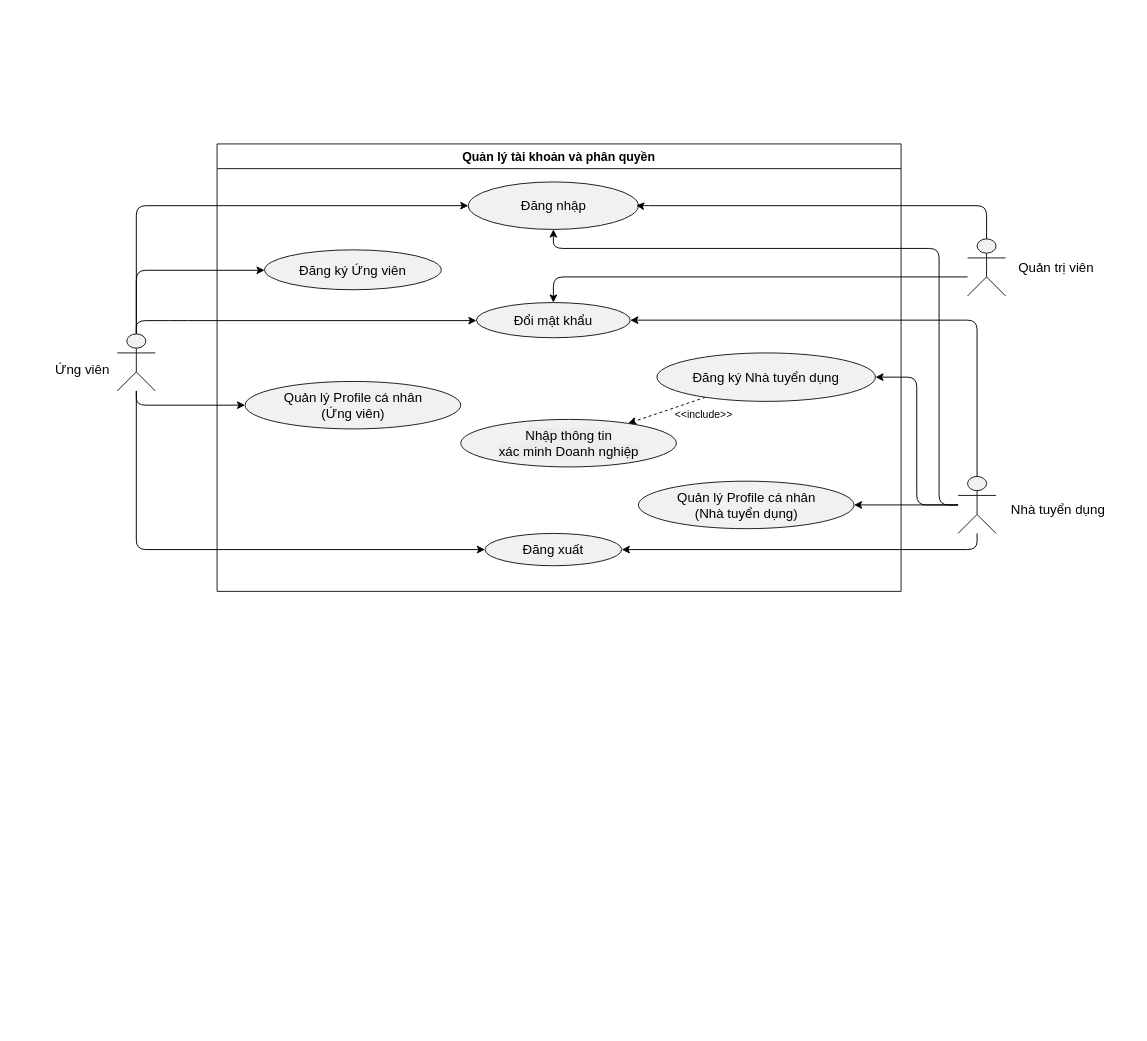
The draw.io diagram diagrams/usecase_account.drawio in SE-Project-CTU/smart-recruitment-docs, before the edit. Source tidied: cells renumbered, new cells numbered last; positions are measured from the earlier drawing's top-left corner, leaving out a move shared by most shapes. Both pictures are drawn from the tidied source at 95%, with x=0, y=0 at pixel (46, 143).
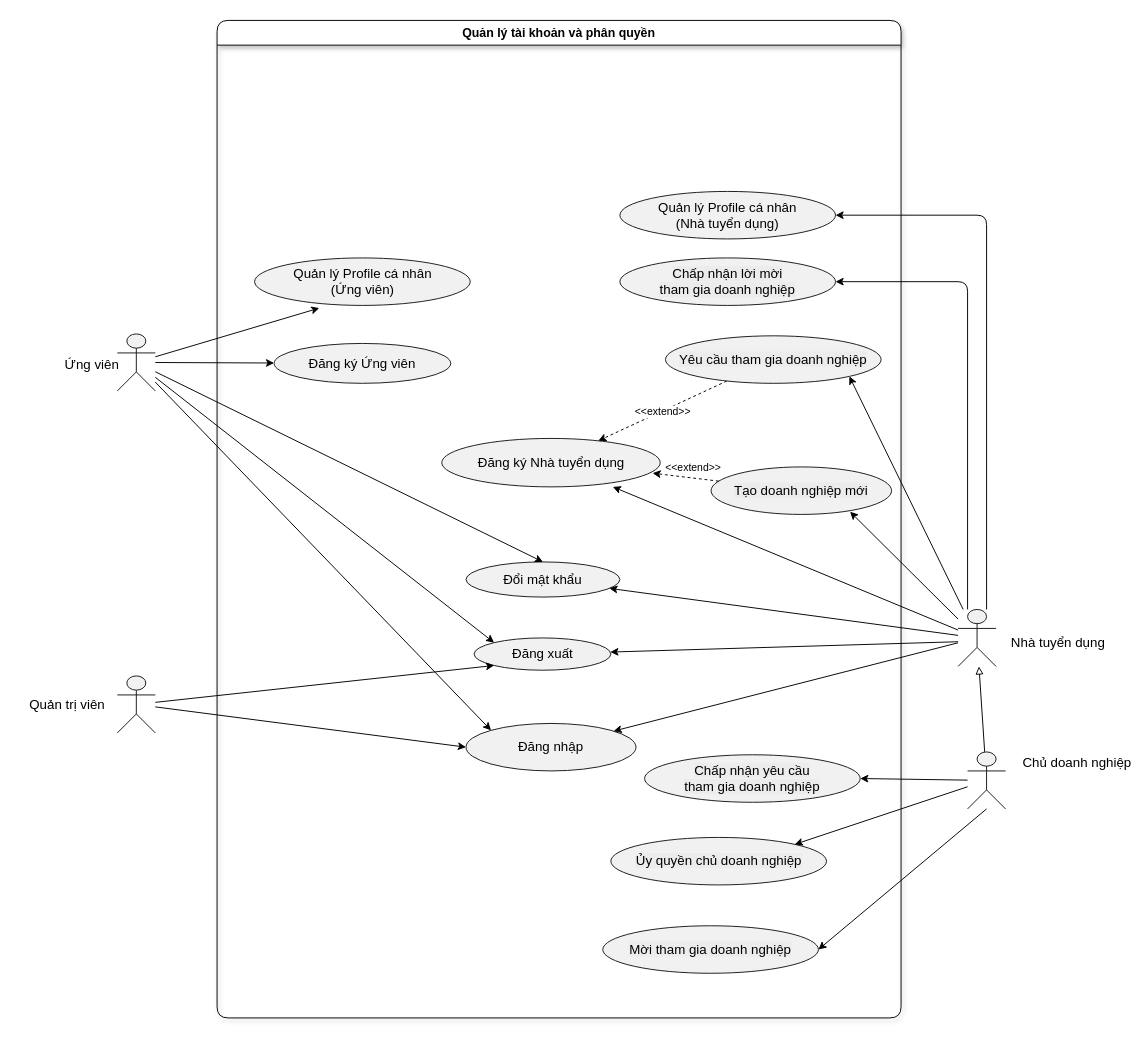
The same page after the edit.

Commit message (it also covers changes not shown here):
docs: Update system features and requirements in the specification document. Update usecase diagram for account management

The change refers to these unchanged cells:
```xml
<mxCell id="23" style="shape=umlActor;html=1;fillColor=#F1F1F1;strokeColor=#181818;fontColor=#000000;fontSize=14;shadow=0;" parent="1" vertex="1">
  <mxGeometry x="75" y="200" width="40" height="60" as="geometry" />
</mxCell>
```

Diff of the diagram source:
```diff
@@
-    <mxCell id="2" style="edgeStyle=orthogonalEdgeStyle;html=1;entryX=0.5;entryY=1;entryDx=0;entryDy=0;" parent="1" edge="1" source="29" target="8">
-      <mxGeometry relative="1" as="geometry">
-        <Array as="points">
-          <mxPoint x="940" y="380" />
-          <mxPoint x="940" y="110" />
-          <mxPoint x="534" y="110" />
-        </Array>
-      </mxGeometry>
-    </mxCell>
-    <mxCell id="3" value="Quản lý tài khoản và phân quyền" style="swimlane;startSize=26;fillColor=none;strokeColor=#181818;fontColor=#000000;fontSize=13;fontStyle=1;whiteSpace=wrap;shadow=0;" parent="1" vertex="1">
-      <mxGeometry x="180" width="720" height="471" as="geometry" />
+    <mxCell id="3" value="Quản lý tài khoản và phân quyền" style="swimlane;startSize=26;fontSize=13;fontStyle=1;whiteSpace=wrap;shadow=1;rounded=1;glass=0;swimlaneLine=1;fillColor=default;gradientColor=none;fillStyle=solid;" parent="1" vertex="1">
+      <mxGeometry x="180" y="-130" width="720" height="1050" as="geometry" />
     </mxCell>
     <mxCell id="4" value="Đăng ký Ứng viên" style="ellipse;html=1;fillColor=#F1F1F1;strokeColor=#181818;whiteSpace=wrap;fontColor=#000000;fontSize=14;shadow=0;" parent="3" vertex="1">
-      <mxGeometry x="50" y="111.5" width="186" height="42" as="geometry" />
+      <mxGeometry x="60" y="340" width="186" height="42" as="geometry" />
     </mxCell>
-    <mxCell id="5" style="html=1;dashed=1;" parent="3" edge="1" source="7" target="13">
-      <mxGeometry relative="1" as="geometry" />
-    </mxCell>
-    <mxCell id="6" value="&amp;lt;&amp;lt;include&amp;gt;&amp;gt;" style="edgeLabel;html=1;align=center;verticalAlign=middle;" parent="5" vertex="1">
-      <mxGeometry x="-0.12" y="-1" relative="1" as="geometry">
-        <mxPoint x="34" y="7" as="offset" />
-      </mxGeometry>
-    </mxCell>
     <mxCell id="7" value="Đăng ký Nhà tuyển dụng" style="ellipse;html=1;fillColor=#F1F1F1;strokeColor=#181818;whiteSpace=wrap;fontColor=#000000;fontSize=14;shadow=0;" parent="3" vertex="1">
-      <mxGeometry x="463" y="220" width="230" height="51" as="geometry" />
+      <mxGeometry x="236.5" y="440" width="230" height="51" as="geometry" />
     </mxCell>
     <mxCell id="8" value="Đăng nhập" style="ellipse;html=1;fillColor=#F1F1F1;strokeColor=#181818;whiteSpace=wrap;fontColor=#000000;fontSize=14;shadow=0;" parent="3" vertex="1">
-      <mxGeometry x="264.5" y="40" width="179" height="50" as="geometry" />
+      <mxGeometry x="262" y="740" width="179" height="50" as="geometry" />
     </mxCell>
     <mxCell id="9" value="Đăng xuất" style="ellipse;html=1;fillColor=#F1F1F1;strokeColor=#181818;whiteSpace=wrap;fontColor=#000000;fontSize=14;shadow=0;" parent="3" vertex="1">
-      <mxGeometry x="282" y="410" width="144" height="34" as="geometry" />
+      <mxGeometry x="270.5" y="650" width="144" height="34" as="geometry" />
     </mxCell>
     <mxCell id="10" value="Quản lý Profile cá nhân&lt;br&gt;(Ứng viên)" style="ellipse;html=1;fillColor=#F1F1F1;strokeColor=#181818;whiteSpace=wrap;fontColor=#000000;fontSize=14;shadow=0;" parent="3" vertex="1">
-      <mxGeometry x="29.5" y="250" width="227" height="50" as="geometry" />
+      <mxGeometry x="39.5" y="250" width="227" height="50" as="geometry" />
     </mxCell>
     <mxCell id="11" value="Đổi mật khẩu" style="ellipse;html=1;fillColor=#F1F1F1;strokeColor=#181818;whiteSpace=wrap;fontColor=#000000;fontSize=14;shadow=0;" parent="3" vertex="1">
-      <mxGeometry x="273" y="167" width="162" height="37" as="geometry" />
+      <mxGeometry x="262" y="570" width="162" height="37" as="geometry" />
     </mxCell>
     <mxCell id="12" value="Quản lý Profile cá nhân&lt;br&gt;(Nhà tuyển dụng)" style="ellipse;html=1;fillColor=#F1F1F1;strokeColor=#181818;whiteSpace=wrap;fontColor=#000000;fontSize=14;shadow=0;" parent="3" vertex="1">
-      <mxGeometry x="443.5" y="355" width="227" height="50" as="geometry" />
+      <mxGeometry x="424" y="180" width="227" height="50" as="geometry" />
     </mxCell>
-    <mxCell id="13" value="&lt;span style=&quot;color: rgb(0, 0, 0); background-color: rgb(236, 236, 236);&quot;&gt;Nhập thông tin&lt;/span&gt;&lt;br style=&quot;color: rgb(0, 0, 0); background-color: rgb(236, 236, 236);&quot;&gt;&lt;span style=&quot;color: rgb(0, 0, 0); background-color: rgb(236, 236, 236);&quot;&gt;xác minh Doanh nghiệp&lt;/span&gt;" style="ellipse;html=1;fillColor=#F1F1F1;strokeColor=#181818;whiteSpace=wrap;fontColor=#000000;fontSize=14;shadow=0;" parent="3" vertex="1">
-      <mxGeometry x="256.5" y="290" width="227" height="50" as="geometry" />
+    <mxCell id="13" value="&lt;span style=&quot;background-color: rgb(236, 236, 236);&quot;&gt;Tạo doanh nghiệp mới&lt;/span&gt;" style="ellipse;html=1;fillColor=#F1F1F1;strokeColor=#181818;whiteSpace=wrap;fontColor=#000000;fontSize=14;shadow=0;" parent="3" vertex="1">
+      <mxGeometry x="520" y="470" width="190" height="50" as="geometry" />
     </mxCell>
+    <mxCell id="31" style="edgeStyle=none;html=1;dashed=1;" parent="3" edge="1" source="33" target="7">
+      <mxGeometry relative="1" as="geometry" />
+    </mxCell>
+    <mxCell id="32" value="&lt;span style=&quot;color: rgb(0, 0, 0);&quot;&gt;&amp;lt;&amp;lt;extend&amp;gt;&amp;gt;&lt;/span&gt;" style="edgeLabel;html=1;align=center;verticalAlign=middle;" parent="31" vertex="1">
+      <mxGeometry relative="1" as="geometry" />
+    </mxCell>
+    <mxCell id="33" value="&lt;span style=&quot;background-color: rgb(236, 236, 236);&quot;&gt;Yêu cầu tham gia doanh nghiệp&lt;/span&gt;" style="ellipse;html=1;fillColor=#F1F1F1;strokeColor=#181818;whiteSpace=wrap;fontColor=#000000;fontSize=14;shadow=0;" parent="3" vertex="1">
+      <mxGeometry x="472" y="332" width="227" height="50" as="geometry" />
+    </mxCell>
+    <mxCell id="34" value="&lt;span style=&quot;background-color: rgb(236, 236, 236);&quot;&gt;Mời tham gia doanh nghiệp&lt;/span&gt;" style="ellipse;html=1;fillColor=#F1F1F1;strokeColor=#181818;whiteSpace=wrap;fontColor=#000000;fontSize=14;shadow=0;" parent="3" vertex="1">
+      <mxGeometry x="406" y="953" width="227" height="50" as="geometry" />
+    </mxCell>
+    <mxCell id="35" style="edgeStyle=none;html=1;entryX=0.965;entryY=0.717;entryDx=0;entryDy=0;entryPerimeter=0;dashed=1;" parent="3" edge="1" source="13" target="7">
+      <mxGeometry relative="1" as="geometry" />
+    </mxCell>
+    <mxCell id="36" value="&lt;span style=&quot;color: rgb(0, 0, 0);&quot;&gt;&amp;lt;&amp;lt;extend&amp;gt;&amp;gt;&lt;/span&gt;" style="edgeLabel;html=1;align=center;verticalAlign=middle;" parent="35" vertex="1">
+      <mxGeometry x="-0.19" relative="1" as="geometry">
+        <mxPoint y="-11" as="offset" />
+      </mxGeometry>
+    </mxCell>
+    <mxCell id="37" value="&lt;span style=&quot;background-color: rgb(236, 236, 236);&quot;&gt;Chấp nhận lời mời&lt;br&gt;tham gia doanh nghiệp&lt;/span&gt;" style="ellipse;html=1;fillColor=#F1F1F1;strokeColor=#181818;whiteSpace=wrap;fontColor=#000000;fontSize=14;shadow=0;" parent="3" vertex="1">
+      <mxGeometry x="424" y="250" width="227" height="50" as="geometry" />
+    </mxCell>
+    <mxCell id="38" value="&lt;span style=&quot;background-color: rgb(236, 236, 236);&quot;&gt;Ủy quyền chủ doanh nghiệp&lt;/span&gt;" style="ellipse;html=1;fillColor=#F1F1F1;strokeColor=#181818;whiteSpace=wrap;fontColor=#000000;fontSize=14;shadow=0;" parent="3" vertex="1">
+      <mxGeometry x="414.5" y="860" width="227" height="50" as="geometry" />
+    </mxCell>
+    <mxCell id="39" value="&lt;span style=&quot;background-color: rgb(236, 236, 236);&quot;&gt;Chấp nhận yêu cầu&lt;br&gt;tham gia doanh nghiệp&lt;/span&gt;" style="ellipse;html=1;fillColor=#F1F1F1;strokeColor=#181818;whiteSpace=wrap;fontColor=#000000;fontSize=14;shadow=0;" parent="3" vertex="1">
+      <mxGeometry x="450" y="773" width="227" height="50" as="geometry" />
+    </mxCell>
-    <mxCell id="14" style="edgeStyle=orthogonalEdgeStyle;html=1;entryX=0.987;entryY=0.494;entryDx=0;entryDy=0;entryPerimeter=0;" parent="1" edge="1" source="16" target="8">
-      <mxGeometry relative="1" as="geometry">
-        <Array as="points">
-          <mxPoint x="990" y="65" />
-          <mxPoint x="624" y="65" />
-        </Array>
-      </mxGeometry>
+    <mxCell id="14" style="edgeStyle=none;html=1;entryX=0;entryY=0.5;entryDx=0;entryDy=0;" parent="1" edge="1" source="16" target="8">
+      <mxGeometry relative="1" as="geometry" />
     </mxCell>
-    <mxCell id="15" style="edgeStyle=orthogonalEdgeStyle;html=1;entryX=0.5;entryY=0;entryDx=0;entryDy=0;" parent="1" edge="1" source="16" target="11">
-      <mxGeometry relative="1" as="geometry">
-        <Array as="points">
-          <mxPoint x="534" y="140" />
-        </Array>
-      </mxGeometry>
-    </mxCell>
+    <mxCell id="40" style="edgeStyle=none;html=1;entryX=0;entryY=1;entryDx=0;entryDy=0;" parent="1" edge="1" source="16" target="9">
+      <mxGeometry relative="1" as="geometry" />
+    </mxCell>
     <mxCell id="16" style="shape=umlActor;html=1;fillColor=#F1F1F1;strokeColor=#181818;fontColor=#000000;fontSize=14;shadow=0;" parent="1" vertex="1">
-      <mxGeometry x="970" y="100" width="40" height="60" as="geometry" />
+      <mxGeometry x="75" y="560" width="40" height="60" as="geometry" />
     </mxCell>
     <mxCell id="17" value="Quản trị viên" style="text;html=1;align=center;verticalAlign=top;fontColor=#000000;fontSize=14;" parent="1" vertex="1">
-      <mxGeometry x="1010" y="115" width="106.5" height="30" as="geometry" />
+      <mxGeometry x="-31.5" y="575" width="106.5" height="30" as="geometry" />
     </mxCell>
+    <mxCell id="22" style="edgeStyle=none;html=1;entryX=0;entryY=0;entryDx=0;entryDy=0;" parent="1" edge="1" source="23" target="8">
+      <mxGeometry relative="1" as="geometry" />
+    </mxCell>
+    <mxCell id="21" style="edgeStyle=none;html=1;entryX=0;entryY=0;entryDx=0;entryDy=0;" parent="1" edge="1" source="23" target="9">
+      <mxGeometry relative="1" as="geometry" />
+    </mxCell>
+    <mxCell id="20" style="edgeStyle=none;html=1;entryX=0.5;entryY=0;entryDx=0;entryDy=0;" parent="1" edge="1" source="23" target="11">
+      <mxGeometry relative="1" as="geometry" />
+    </mxCell>
-    <mxCell id="18" style="edgeStyle=orthogonalEdgeStyle;html=1;" parent="1" edge="1" source="23" target="4">
-      <mxGeometry relative="1" as="geometry">
-        <Array as="points">
-          <mxPoint x="95" y="133" />
-        </Array>
-      </mxGeometry>
+    <mxCell id="18" style="edgeStyle=none;html=1;" parent="1" edge="1" source="23" target="4">
+      <mxGeometry relative="1" as="geometry" />
     </mxCell>
-    <mxCell id="19" style="edgeStyle=orthogonalEdgeStyle;html=1;" parent="1" edge="1" source="23" target="10">
-      <mxGeometry relative="1" as="geometry">
-        <Array as="points">
-          <mxPoint x="95" y="275" />
-        </Array>
-      </mxGeometry>
-    </mxCell>
-    <mxCell id="20" style="edgeStyle=orthogonalEdgeStyle;html=1;" parent="1" edge="1" source="23" target="11">
-      <mxGeometry relative="1" as="geometry">
-        <Array as="points">
-          <mxPoint x="140" y="186" />
-          <mxPoint x="140" y="186" />
-        </Array>
-      </mxGeometry>
-    </mxCell>
-    <mxCell id="21" style="edgeStyle=orthogonalEdgeStyle;html=1;entryX=0;entryY=0.5;entryDx=0;entryDy=0;" parent="1" edge="1" source="23" target="9">
-      <mxGeometry relative="1" as="geometry">
-        <Array as="points">
-          <mxPoint x="95" y="427" />
-        </Array>
-      </mxGeometry>
-    </mxCell>
-    <mxCell id="22" style="edgeStyle=orthogonalEdgeStyle;html=1;entryX=0;entryY=0.5;entryDx=0;entryDy=0;" parent="1" edge="1" source="23" target="8">
-      <mxGeometry relative="1" as="geometry">
-        <Array as="points">
-          <mxPoint x="95" y="65" />
-        </Array>
-      </mxGeometry>
-    </mxCell>
@@
     <mxCell id="24" value="Ứng viên" style="text;html=1;align=center;verticalAlign=top;fontColor=#000000;fontSize=14;" parent="1" vertex="1">
-      <mxGeometry y="222.9" width="75" height="25.2" as="geometry" />
+      <mxGeometry x="10" y="217.4" width="75" height="25.2" as="geometry" />
     </mxCell>
+    <mxCell id="2" style="edgeStyle=none;html=1;" parent="1" edge="1" source="29" target="8">
+      <mxGeometry relative="1" as="geometry" />
+    </mxCell>
+    <mxCell id="28" style="edgeStyle=none;html=1;" parent="1" edge="1" source="29" target="11">
+      <mxGeometry relative="1" as="geometry" />
+    </mxCell>
+    <mxCell id="41" style="edgeStyle=none;html=1;entryX=1;entryY=1;entryDx=0;entryDy=0;" parent="1" edge="1" source="29" target="33">
+      <mxGeometry relative="1" as="geometry" />
+    </mxCell>
+    <mxCell id="42" style="html=1;entryX=1;entryY=0.5;entryDx=0;entryDy=0;" parent="1" edge="1" target="34">
+      <mxGeometry relative="1" as="geometry">
+        <mxPoint x="990" y="700" as="sourcePoint" />
+      </mxGeometry>
+    </mxCell>
+    <mxCell id="26" style="edgeStyle=orthogonalEdgeStyle;html=1;entryX=1;entryY=0.5;entryDx=0;entryDy=0;" parent="1" edge="1" source="29" target="12">
+      <mxGeometry relative="1" as="geometry">
+        <Array as="points">
+          <mxPoint x="990" y="75" />
+        </Array>
+      </mxGeometry>
+    </mxCell>
+    <mxCell id="43" style="edgeStyle=orthogonalEdgeStyle;html=1;entryX=1;entryY=0.5;entryDx=0;entryDy=0;" parent="1" edge="1" source="29" target="37">
+      <mxGeometry relative="1" as="geometry">
+        <Array as="points">
+          <mxPoint x="970" y="145" />
+        </Array>
+      </mxGeometry>
+    </mxCell>
+    <mxCell id="29" style="shape=umlActor;html=1;fillColor=#F1F1F1;strokeColor=#181818;fontColor=#000000;fontSize=14;shadow=0;" parent="1" vertex="1">
+      <mxGeometry x="960" y="490" width="40" height="60" as="geometry" />
+    </mxCell>
+    <mxCell id="44" style="edgeStyle=none;html=1;" parent="1" edge="1" target="9">
+      <mxGeometry relative="1" as="geometry">
+        <mxPoint x="960" y="524" as="sourcePoint" />
+      </mxGeometry>
+    </mxCell>
+    <mxCell id="30" value="Nhà tuyển dụng" style="text;html=1;align=center;verticalAlign=top;fontColor=#000000;fontSize=14;" parent="1" vertex="1">
+      <mxGeometry x="1010" y="510" width="109" height="27.5" as="geometry" />
+    </mxCell>
-    <mxCell id="25" style="edgeStyle=orthogonalEdgeStyle;html=1;entryX=1;entryY=0.5;entryDx=0;entryDy=0;" parent="1" edge="1" source="29" target="7">
+    <mxCell id="25" style="edgeStyle=none;html=1;entryX=0.783;entryY=1;entryDx=0;entryDy=0;entryPerimeter=0;" parent="1" edge="1" source="29" target="7">
       <mxGeometry relative="1" as="geometry" />
     </mxCell>
-    <mxCell id="26" style="edgeStyle=orthogonalEdgeStyle;html=1;entryX=1;entryY=0.5;entryDx=0;entryDy=0;" parent="1" edge="1" source="29" target="12">
-      <mxGeometry relative="1" as="geometry" />
-    </mxCell>
-    <mxCell id="27" style="edgeStyle=orthogonalEdgeStyle;html=1;entryX=1;entryY=0.5;entryDx=0;entryDy=0;" parent="1" edge="1" source="29" target="9">
-      <mxGeometry relative="1" as="geometry">
-        <Array as="points">
-          <mxPoint x="980" y="427" />
-        </Array>
-      </mxGeometry>
-    </mxCell>
-    <mxCell id="28" style="edgeStyle=orthogonalEdgeStyle;html=1;entryX=1;entryY=0.5;entryDx=0;entryDy=0;" parent="1" edge="1" source="29" target="11">
-      <mxGeometry relative="1" as="geometry">
-        <Array as="points">
-          <mxPoint x="980" y="186" />
-        </Array>
-      </mxGeometry>
-    </mxCell>
-    <mxCell id="29" style="shape=umlActor;html=1;fillColor=#F1F1F1;strokeColor=#181818;fontColor=#000000;fontSize=14;shadow=0;" parent="1" vertex="1">
-      <mxGeometry x="960" y="350" width="40" height="60" as="geometry" />
-    </mxCell>
-    <mxCell id="30" value="Nhà tuyển dụng" style="text;html=1;align=center;verticalAlign=top;fontColor=#000000;fontSize=14;" parent="1" vertex="1">
-      <mxGeometry x="1010" y="370" width="109" height="27.5" as="geometry" />
-    </mxCell>
+    <mxCell id="45" style="edgeStyle=none;html=1;entryX=0.77;entryY=0.943;entryDx=0;entryDy=0;entryPerimeter=0;" parent="1" edge="1" source="29" target="13">
+      <mxGeometry relative="1" as="geometry" />
+    </mxCell>
+    <mxCell id="19" style="edgeStyle=none;html=1;entryX=0.3;entryY=1.056;entryDx=0;entryDy=0;entryPerimeter=0;" parent="1" edge="1" source="23" target="10">
+      <mxGeometry relative="1" as="geometry" />
+    </mxCell>
+    <mxCell id="46" style="edgeStyle=none;html=1;endArrow=block;endFill=0;strokeColor=default;rounded=1;curved=0;jumpStyle=none;" parent="1" edge="1" source="49" target="29">
+      <mxGeometry relative="1" as="geometry" />
+    </mxCell>
+    <mxCell id="47" style="edgeStyle=none;html=1;entryX=1;entryY=0;entryDx=0;entryDy=0;" parent="1" edge="1" source="49" target="38">
+      <mxGeometry relative="1" as="geometry" />
+    </mxCell>
+    <mxCell id="48" style="edgeStyle=none;html=1;entryX=1;entryY=0.5;entryDx=0;entryDy=0;" parent="1" edge="1" source="49" target="39">
+      <mxGeometry relative="1" as="geometry" />
+    </mxCell>
+    <mxCell id="49" style="shape=umlActor;html=1;fillColor=#F1F1F1;strokeColor=#181818;fontColor=#000000;fontSize=14;shadow=0;" parent="1" vertex="1">
+      <mxGeometry x="970" y="640" width="40" height="60" as="geometry" />
+    </mxCell>
+    <mxCell id="50" value="Chủ doanh nghiệp" style="text;html=1;align=center;verticalAlign=top;fontColor=#000000;fontSize=14;" parent="1" vertex="1">
+      <mxGeometry x="1030" y="636.2" width="109" height="27.5" as="geometry" />
+    </mxCell>
```
